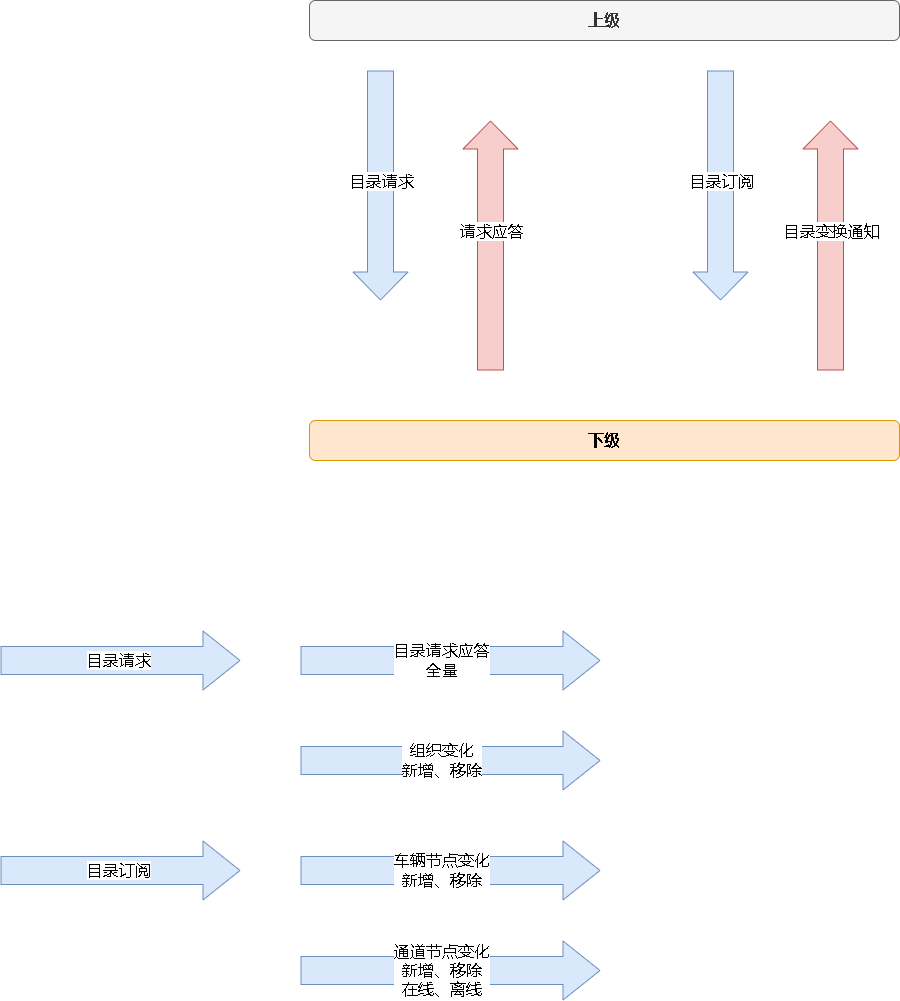
Above: 28181.drawio.png in xktder/draw (draw.io), before the change. Source tidied: cells renumbered, new cells last; positions are measured from the earlier drawing's top-left corner, leaving out a move shared by most shapes.
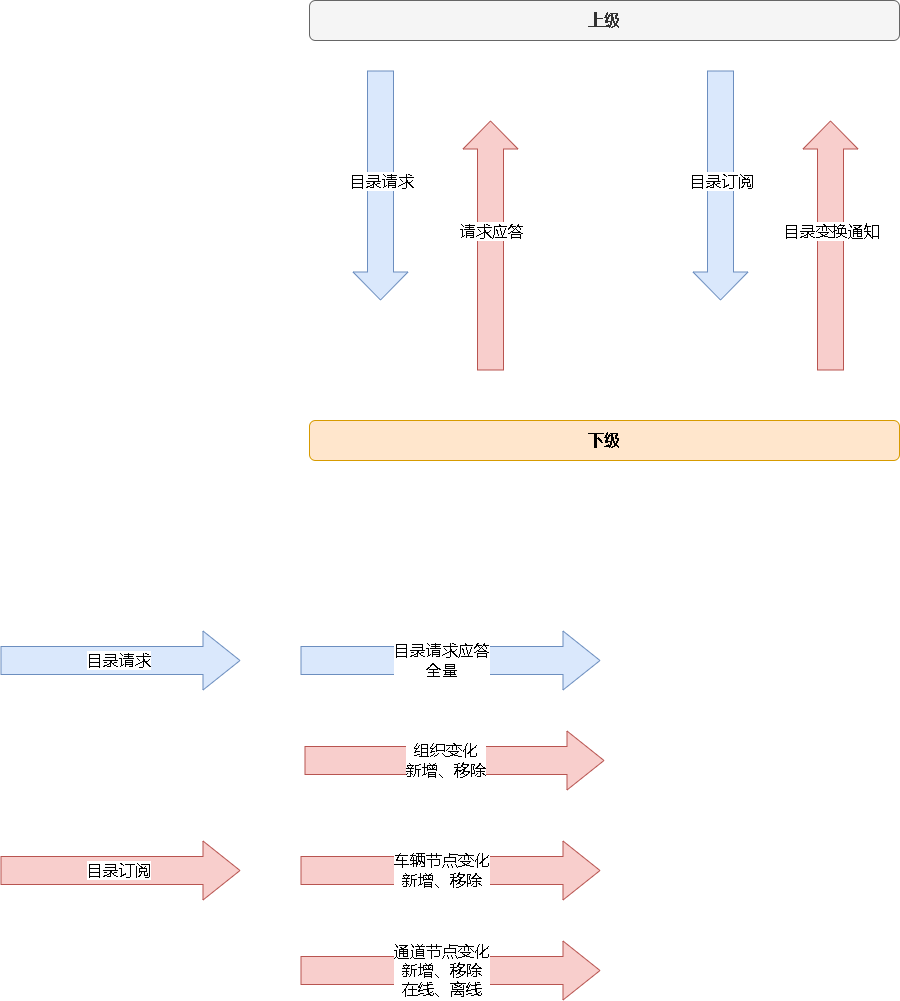
Above is the later version.

The edit, as a diff of the source:
```diff
@@ -63,10 +63,10 @@
         <mxPoint x="25" as="offset" />
       </mxGeometry>
     </mxCell>
-    <mxCell id="14" style="shape=flexArrow;endArrow=classic;html=1;rounded=0;fontSize=16;width=28;endSize=12;endWidth=30;fillColor=#dae8fc;strokeColor=#6c8ebf;" parent="1" edge="1">
+    <mxCell id="14" style="shape=flexArrow;endArrow=classic;html=1;rounded=0;fontSize=16;width=28;endSize=12;endWidth=30;fillColor=#f8cecc;strokeColor=#b85450;" parent="1" edge="1">
       <mxGeometry relative="1" as="geometry">
-        <mxPoint x="300" y="760" as="sourcePoint" />
-        <mxPoint x="600" y="760" as="targetPoint" />
+        <mxPoint x="304" y="760" as="sourcePoint" />
+        <mxPoint x="604" y="760" as="targetPoint" />
       </mxGeometry>
     </mxCell>
     <mxCell id="15" value="组织变化&lt;br&gt;新增、移除" style="edgeLabel;html=1;align=center;verticalAlign=middle;fontSize=16;" parent="14" vertex="1">
@@ -74,7 +74,7 @@
         <mxPoint x="25" as="offset" />
       </mxGeometry>
     </mxCell>
-    <mxCell id="16" style="shape=flexArrow;endArrow=classic;html=1;rounded=0;fontSize=16;width=28;endSize=12;endWidth=30;fillColor=#dae8fc;strokeColor=#6c8ebf;" parent="1" edge="1">
+    <mxCell id="16" style="shape=flexArrow;endArrow=classic;html=1;rounded=0;fontSize=16;width=28;endSize=12;endWidth=30;fillColor=#f8cecc;strokeColor=#b85450;" parent="1" edge="1">
       <mxGeometry relative="1" as="geometry">
         <mxPoint x="300" y="870" as="sourcePoint" />
         <mxPoint x="600" y="870" as="targetPoint" />
@@ -85,7 +85,7 @@
         <mxPoint x="25" as="offset" />
       </mxGeometry>
     </mxCell>
-    <mxCell id="18" style="shape=flexArrow;endArrow=classic;html=1;rounded=0;fontSize=16;width=28;endSize=12;endWidth=30;fillColor=#dae8fc;strokeColor=#6c8ebf;" parent="1" edge="1">
+    <mxCell id="18" style="shape=flexArrow;endArrow=classic;html=1;rounded=0;fontSize=16;width=28;endSize=12;endWidth=30;fillColor=#f8cecc;strokeColor=#b85450;" parent="1" edge="1">
       <mxGeometry relative="1" as="geometry">
         <mxPoint x="300" y="970" as="sourcePoint" />
         <mxPoint x="600" y="970" as="targetPoint" />
@@ -107,7 +107,7 @@
         <mxPoint x="25" as="offset" />
       </mxGeometry>
     </mxCell>
-    <mxCell id="22" style="shape=flexArrow;endArrow=classic;html=1;rounded=0;fontSize=16;width=28;endSize=12;endWidth=30;fillColor=#dae8fc;strokeColor=#6c8ebf;" parent="1" edge="1">
+    <mxCell id="22" style="shape=flexArrow;endArrow=classic;html=1;rounded=0;fontSize=16;width=28;endSize=12;endWidth=30;fillColor=#f8cecc;strokeColor=#b85450;" parent="1" edge="1">
       <mxGeometry relative="1" as="geometry">
         <mxPoint y="870" as="sourcePoint" />
         <mxPoint x="240" y="870" as="targetPoint" />
```
